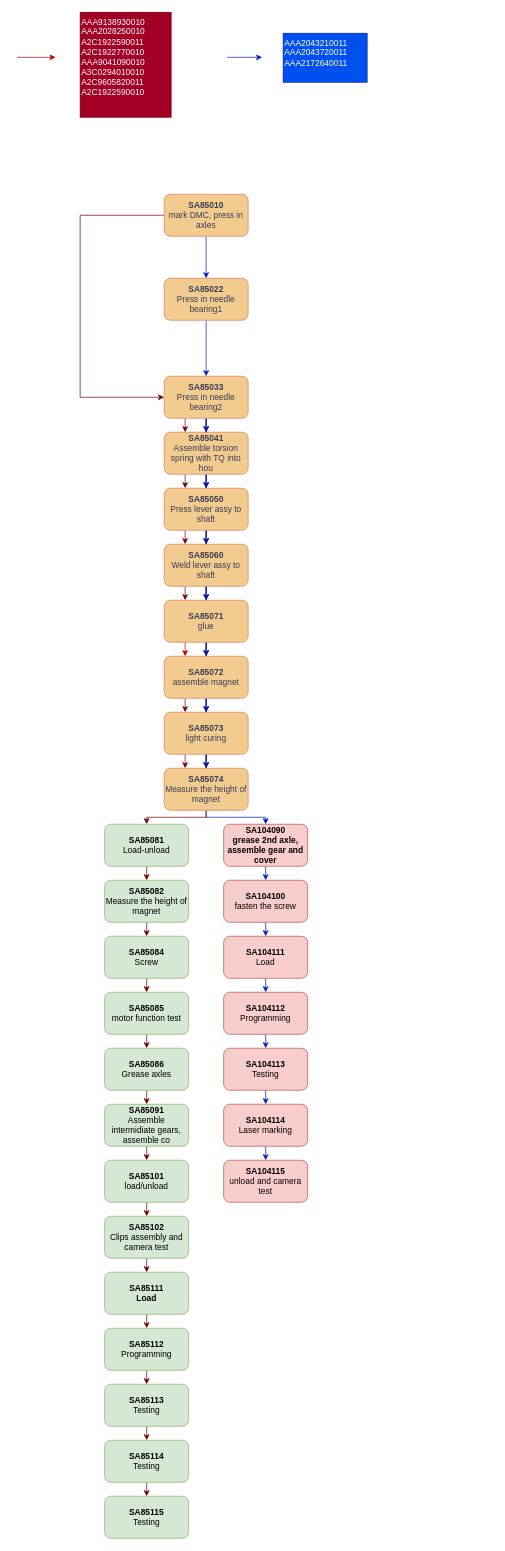
The draw.io diagram images/未命名绘图.drawio in gf199406/hello-world, before the edit. Source tidied: cells renumbered, new cells numbered last; positions are measured from the earlier drawing's top-left corner, leaving out a move shared by most shapes. Both pictures are drawn from the tidied source at 70%, with x=0, y=0 at pixel (17, 12).
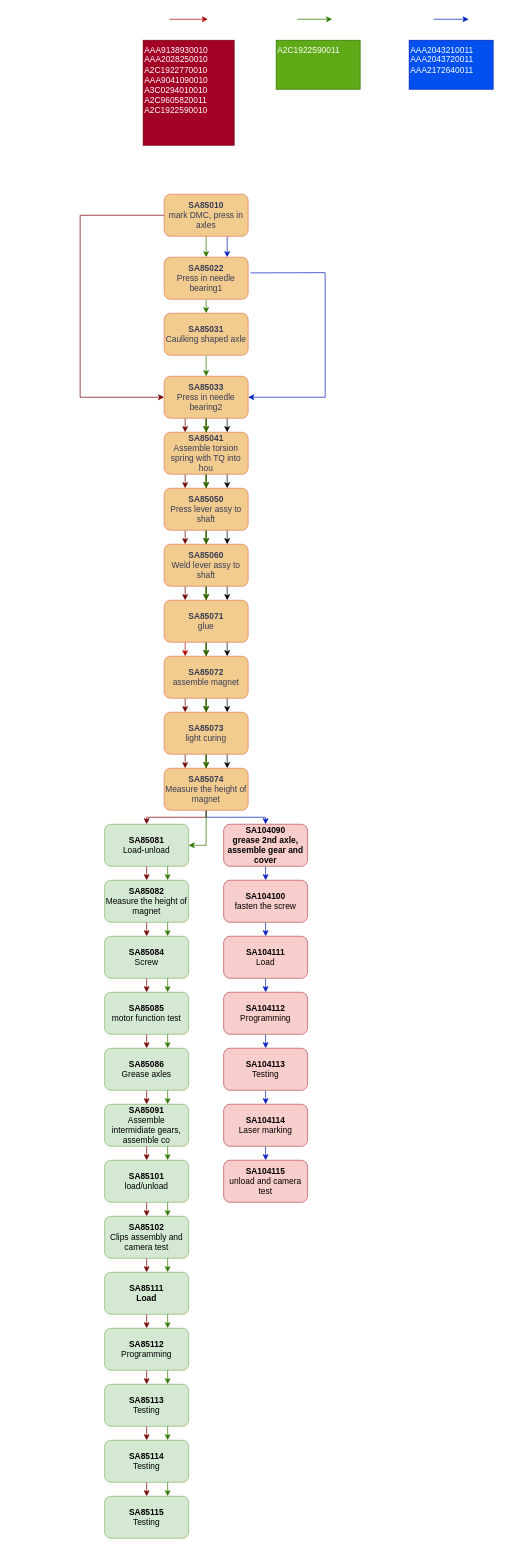
The same page after the edit.

Commit message (it also covers changes not shown here):
更新未命名绘图.drawio

The change refers to these unchanged cells:
```xml
<mxCell id="4" value="&lt;font style=&quot;font-size: 12px;&quot;&gt;&lt;b style=&quot;&quot;&gt;SA85010&lt;/b&gt;&lt;br&gt;&lt;font style=&quot;font-size: 12px;&quot;&gt;mark DMC, press in axles&lt;/font&gt;&lt;/font&gt;" style="rounded=1;whiteSpace=wrap;html=1;fillColor=#F2CC8F;strokeColor=#E07A5F;labelBackgroundColor=none;fontColor=#393C56;" parent="1" vertex="1">
  <mxGeometry x="210" y="260" width="120" height="60" as="geometry" />
</mxCell>
<mxCell id="10" value="&lt;font style=&quot;&quot;&gt;&lt;b style=&quot;font-size: 12px;&quot;&gt;SA85041&lt;/b&gt;&lt;br&gt;Assemble torsion spring with TQ into hou&lt;br&gt;&lt;/font&gt;" style="rounded=1;whiteSpace=wrap;html=1;fillColor=#F2CC8F;strokeColor=#E07A5F;labelBackgroundColor=none;fontColor=#393C56;" parent="1" vertex="1">
  <mxGeometry x="210" y="600" width="120" height="60" as="geometry" />
</mxCell>
<mxCell id="14" value="&lt;font style=&quot;font-size: 12px;&quot;&gt;&lt;b style=&quot;&quot;&gt;SA85033&lt;/b&gt;&lt;br&gt;&lt;font style=&quot;font-size: 12px;&quot;&gt;Press in needle bearing2&lt;/font&gt;&lt;/font&gt;" style="rounded=1;whiteSpace=wrap;html=1;fillColor=#F2CC8F;strokeColor=#E07A5F;labelBackgroundColor=none;fontColor=#393C56;" parent="1" vertex="1">
  <mxGeometry x="210" y="520" width="120" height="60" as="geometry" />
</mxCell>
<mxCell id="18" value="&lt;font style=&quot;&quot;&gt;&lt;b style=&quot;font-size: 12px;&quot;&gt;SA85050&lt;/b&gt;&lt;b&gt;&lt;br&gt;&lt;/b&gt;Press lever assy to shaft&lt;br&gt;&lt;/font&gt;" style="rounded=1;whiteSpace=wrap;html=1;fillColor=#F2CC8F;strokeColor=#E07A5F;labelBackgroundColor=none;fontColor=#393C56;" parent="1" vertex="1">
  <mxGeometry x="210" y="680" width="120" height="60" as="geometry" />
</mxCell>
<mxCell id="22" value="&lt;font style=&quot;&quot;&gt;&lt;b style=&quot;font-size: 12px;&quot;&gt;SA85060&lt;/b&gt;&lt;br&gt;Weld lever assy to shaft&lt;br&gt;&lt;/font&gt;" style="rounded=1;whiteSpace=wrap;html=1;fillColor=#F2CC8F;strokeColor=#E07A5F;labelBackgroundColor=none;fontColor=#393C56;" parent="1" vertex="1">
  <mxGeometry x="210" y="760" width="120" height="60" as="geometry" />
</mxCell>
<mxCell id="26" value="&lt;font style=&quot;&quot;&gt;&lt;b&gt;SA85071&lt;/b&gt;&lt;br&gt;glue&lt;br&gt;&lt;/font&gt;" style="rounded=1;whiteSpace=wrap;html=1;fillColor=#F2CC8F;strokeColor=#E07A5F;labelBackgroundColor=none;fontColor=#393C56;" parent="1" vertex="1">
  <mxGeometry x="210" y="840" width="120" height="60" as="geometry" />
</mxCell>
<mxCell id="30" value="&lt;font style=&quot;&quot;&gt;&lt;b&gt;SA85072&lt;/b&gt;&lt;br&gt;assemble magnet&lt;br&gt;&lt;/font&gt;" style="rounded=1;whiteSpace=wrap;html=1;fillColor=#F2CC8F;strokeColor=#E07A5F;labelBackgroundColor=none;fontColor=#393C56;" parent="1" vertex="1">
  <mxGeometry x="210" y="920" width="120" height="60" as="geometry" />
</mxCell>
<mxCell id="34" value="&lt;font style=&quot;&quot;&gt;&lt;b&gt;SA85073&lt;/b&gt;&lt;br&gt;light curing&lt;br&gt;&lt;/font&gt;" style="rounded=1;whiteSpace=wrap;html=1;fillColor=#F2CC8F;strokeColor=#E07A5F;labelBackgroundColor=none;fontColor=#393C56;" parent="1" vertex="1">
  <mxGeometry x="210" y="1000" width="120" height="60" as="geometry" />
</mxCell>
<mxCell id="37" value="&lt;font style=&quot;&quot;&gt;&lt;b&gt;SA85074&lt;/b&gt;&lt;br&gt;Measure the height of magnet&lt;br&gt;&lt;/font&gt;" style="rounded=1;whiteSpace=wrap;html=1;fillColor=#F2CC8F;strokeColor=#E07A5F;labelBackgroundColor=none;fontColor=#393C56;" parent="1" vertex="1">
  <mxGeometry x="210" y="1080" width="120" height="60" as="geometry" />
</mxCell>
<mxCell id="39" value="&lt;font style=&quot;&quot;&gt;&lt;b&gt;SA85082&lt;/b&gt;&lt;br&gt;Measure the height of magnet&lt;br&gt;&lt;/font&gt;" style="rounded=1;whiteSpace=wrap;html=1;fillColor=#d5e8d4;strokeColor=#82b366;labelBackgroundColor=none;flipV=0;flipH=0;" parent="1" vertex="1">
  <mxGeometry x="125" y="1240" width="120" height="60" as="geometry" />
</mxCell>
<mxCell id="41" value="&lt;font style=&quot;&quot;&gt;&lt;b&gt;SA85085&lt;/b&gt;&lt;br&gt;motor function test&lt;br&gt;&lt;/font&gt;" style="rounded=1;whiteSpace=wrap;html=1;fillColor=#d5e8d4;strokeColor=#82b366;labelBackgroundColor=none;flipV=0;flipH=0;" parent="1" vertex="1">
  <mxGeometry x="125" y="1400" width="120" height="60" as="geometry" />
</mxCell>
<mxCell id="43" value="&lt;font style=&quot;&quot;&gt;&lt;b&gt;SA85081&lt;br&gt;&lt;/b&gt;Load-unload&lt;br&gt;&lt;/font&gt;" style="rounded=1;whiteSpace=wrap;html=1;fillColor=#d5e8d4;strokeColor=#82b366;labelBackgroundColor=none;flipV=0;flipH=0;" parent="1" vertex="1">
  <mxGeometry x="125" y="1160" width="120" height="60" as="geometry" />
</mxCell>
<mxCell id="45" value="&lt;font style=&quot;&quot;&gt;&lt;b&gt;SA85084&lt;/b&gt;&lt;br&gt;Screw&lt;br&gt;&lt;/font&gt;" style="rounded=1;whiteSpace=wrap;html=1;fillColor=#d5e8d4;strokeColor=#82b366;labelBackgroundColor=none;flipV=0;flipH=0;" parent="1" vertex="1">
  <mxGeometry x="125" y="1320" width="120" height="60" as="geometry" />
</mxCell>
<mxCell id="47" value="&lt;font style=&quot;&quot;&gt;&lt;b&gt;SA85086&lt;/b&gt;&lt;br&gt;Grease axles&lt;br&gt;&lt;/font&gt;" style="rounded=1;whiteSpace=wrap;html=1;fillColor=#d5e8d4;strokeColor=#82b366;labelBackgroundColor=none;flipV=0;flipH=0;" parent="1" vertex="1">
  <mxGeometry x="125" y="1480" width="120" height="60" as="geometry" />
</mxCell>
<mxCell id="49" value="&lt;font style=&quot;&quot;&gt;&lt;b&gt;SA85091&lt;/b&gt;&lt;br&gt;Assemble intermidiate gears, assemble co&lt;br&gt;&lt;/font&gt;" style="rounded=1;whiteSpace=wrap;html=1;fillColor=#d5e8d4;strokeColor=#82b366;labelBackgroundColor=none;flipV=0;flipH=0;" parent="1" vertex="1">
  <mxGeometry x="125" y="1560" width="120" height="60" as="geometry" />
</mxCell>
<mxCell id="51" value="&lt;font style=&quot;&quot;&gt;&lt;b&gt;SA85101&lt;/b&gt;&lt;br&gt;load/unload&lt;br&gt;&lt;/font&gt;" style="rounded=1;whiteSpace=wrap;html=1;fillColor=#d5e8d4;strokeColor=#82b366;labelBackgroundColor=none;flipV=0;flipH=0;" parent="1" vertex="1">
  <mxGeometry x="125" y="1640" width="120" height="60" as="geometry" />
</mxCell>
<mxCell id="53" value="&lt;font style=&quot;&quot;&gt;&lt;b&gt;SA85102&lt;/b&gt;&lt;br&gt;Clips assembly and camera test&lt;br&gt;&lt;/font&gt;" style="rounded=1;whiteSpace=wrap;html=1;fillColor=#d5e8d4;strokeColor=#82b366;labelBackgroundColor=none;flipV=0;flipH=0;" parent="1" vertex="1">
  <mxGeometry x="125" y="1720" width="120" height="60" as="geometry" />
</mxCell>
<mxCell id="55" value="&lt;font style=&quot;&quot;&gt;&lt;b&gt;SA85111&lt;br&gt;Load&lt;/b&gt;&lt;br&gt;&lt;/font&gt;" style="rounded=1;whiteSpace=wrap;html=1;fillColor=#d5e8d4;strokeColor=#82b366;labelBackgroundColor=none;flipV=0;flipH=0;" parent="1" vertex="1">
  <mxGeometry x="125" y="1800" width="120" height="60" as="geometry" />
</mxCell>
<mxCell id="57" value="&lt;font style=&quot;&quot;&gt;&lt;b&gt;SA85112&lt;/b&gt;&lt;br&gt;Programming&lt;br&gt;&lt;/font&gt;" style="rounded=1;whiteSpace=wrap;html=1;fillColor=#d5e8d4;strokeColor=#82b366;labelBackgroundColor=none;flipV=0;flipH=0;" parent="1" vertex="1">
  <mxGeometry x="125" y="1880" width="120" height="60" as="geometry" />
</mxCell>
<mxCell id="59" value="&lt;font style=&quot;&quot;&gt;&lt;b&gt;SA85113&lt;/b&gt;&lt;br&gt;Testing&lt;br&gt;&lt;/font&gt;" style="rounded=1;whiteSpace=wrap;html=1;fillColor=#d5e8d4;strokeColor=#82b366;labelBackgroundColor=none;flipV=0;flipH=0;" parent="1" vertex="1">
  <mxGeometry x="125" y="1960" width="120" height="60" as="geometry" />
</mxCell>
<mxCell id="61" value="&lt;font style=&quot;&quot;&gt;&lt;b&gt;SA85114&lt;/b&gt;&lt;br&gt;Testing&lt;br&gt;&lt;/font&gt;" style="rounded=1;whiteSpace=wrap;html=1;fillColor=#d5e8d4;strokeColor=#82b366;labelBackgroundColor=none;flipV=0;flipH=0;" parent="1" vertex="1">
  <mxGeometry x="125" y="2040" width="120" height="60" as="geometry" />
</mxCell>
<mxCell id="62" value="&lt;font style=&quot;&quot;&gt;&lt;b&gt;SA85115&lt;/b&gt;&lt;br&gt;Testing&lt;br&gt;&lt;/font&gt;" style="rounded=1;whiteSpace=wrap;html=1;fillColor=#d5e8d4;strokeColor=#82b366;labelBackgroundColor=none;flipV=0;flipH=0;" parent="1" vertex="1">
  <mxGeometry x="125" y="2120" width="120" height="60" as="geometry" />
</mxCell>
```

Diff of the diagram source:
```diff
@@
-    <mxCell id="2" style="edgeStyle=none;rounded=0;jettySize=auto;html=1;fillColor=#0050ef;strokeColor=#001DBC;" parent="1" edge="1" source="4" target="6">
+    <mxCell id="2" style="edgeStyle=none;rounded=0;jettySize=auto;html=1;fillColor=#60a917;strokeColor=#2D7600;" parent="1" edge="1" source="4" target="6">
       <mxGeometry relative="1" as="geometry" />
     </mxCell>
@@
+    <mxCell id="80" style="edgeStyle=none;rounded=0;jettySize=auto;html=1;exitX=0.75;exitY=1;exitDx=0;exitDy=0;entryX=0.75;entryY=0;entryDx=0;entryDy=0;fillColor=#0050ef;strokeColor=#001DBC;" parent="1" edge="1" source="4" target="6">
+      <mxGeometry relative="1" as="geometry" />
+    </mxCell>
@@
-    <mxCell id="5" style="edgeStyle=none;rounded=0;jettySize=auto;html=1;fillColor=#0050ef;strokeColor=#001DBC;" parent="1" edge="1" source="6" target="14">
-      <mxGeometry relative="1" as="geometry" />
+    <mxCell id="5" style="edgeStyle=none;rounded=0;jettySize=auto;html=1;fillColor=#0050ef;strokeColor=#001DBC;entryX=1;entryY=0.5;entryDx=0;entryDy=0;exitX=1.026;exitY=0.373;exitDx=0;exitDy=0;exitPerimeter=0;" parent="1" edge="1" source="6" target="14">
+      <mxGeometry relative="1" as="geometry">
+        <Array as="points">
+          <mxPoint x="440" y="372" />
+          <mxPoint x="440" y="550" />
+        </Array>
+      </mxGeometry>
     </mxCell>
+    <mxCell id="81" style="edgeStyle=none;rounded=0;jettySize=auto;html=1;fillColor=#60a917;strokeColor=#2D7600;" parent="1" edge="1" source="6" target="103">
+      <mxGeometry relative="1" as="geometry" />
+    </mxCell>
     <mxCell id="6" value="&lt;font style=&quot;&quot;&gt;&lt;b style=&quot;font-size: 12px;&quot;&gt;SA85022&lt;/b&gt;&lt;br&gt;&lt;/font&gt;Press in needle bearing1" style="rounded=1;whiteSpace=wrap;html=1;fillColor=#F2CC8F;strokeColor=#E07A5F;labelBackgroundColor=none;fontColor=#393C56;" parent="1" vertex="1">
-      <mxGeometry x="210" y="380" width="120" height="60" as="geometry" />
+      <mxGeometry x="210" y="350" width="120" height="60" as="geometry" />
     </mxCell>
@@
-    <mxCell id="8" style="edgeStyle=orthogonalEdgeStyle;rounded=0;jettySize=auto;html=1;exitDx=0;exitDy=0;entryDx=0;entryDy=0;fillColor=#0050ef;strokeColor=#001DBC;" parent="1" edge="1" source="10" target="18">
+    <mxCell id="8" style="edgeStyle=orthogonalEdgeStyle;rounded=0;jettySize=auto;html=1;exitDx=0;exitDy=0;entryDx=0;entryDy=0;fillColor=#60a917;strokeColor=#2D7600;" parent="1" edge="1" source="10" target="18">
       <mxGeometry relative="1" as="geometry" />
     </mxCell>
@@
+    <mxCell id="82" style="edgeStyle=none;rounded=0;jettySize=auto;html=1;exitX=0.75;exitY=1;exitDx=0;exitDy=0;entryX=0.75;entryY=0;entryDx=0;entryDy=0;" parent="1" edge="1" source="10" target="18">
+      <mxGeometry relative="1" as="geometry" />
+    </mxCell>
@@
-    <mxCell id="12" style="edgeStyle=orthogonalEdgeStyle;rounded=0;jettySize=auto;html=1;exitDx=0;exitDy=0;entryDx=0;entryDy=0;fillColor=#0050ef;strokeColor=#001DBC;" parent="1" edge="1" source="14" target="10">
+    <mxCell id="12" style="edgeStyle=orthogonalEdgeStyle;rounded=0;jettySize=auto;html=1;exitDx=0;exitDy=0;entryDx=0;entryDy=0;fillColor=#60a917;strokeColor=#2D7600;" parent="1" edge="1" source="14" target="10">
       <mxGeometry relative="1" as="geometry" />
     </mxCell>
@@
+    <mxCell id="83" style="edgeStyle=none;rounded=0;jettySize=auto;html=1;exitX=0.75;exitY=1;exitDx=0;exitDy=0;entryX=0.75;entryY=0;entryDx=0;entryDy=0;" parent="1" edge="1" source="14" target="10">
+      <mxGeometry relative="1" as="geometry" />
+    </mxCell>
@@
-    <mxCell id="16" style="edgeStyle=orthogonalEdgeStyle;rounded=0;jettySize=auto;html=1;exitDx=0;exitDy=0;entryDx=0;entryDy=0;fillColor=#0050ef;strokeColor=#001DBC;" parent="1" edge="1" source="18" target="22">
+    <mxCell id="16" style="edgeStyle=orthogonalEdgeStyle;rounded=0;jettySize=auto;html=1;exitDx=0;exitDy=0;entryDx=0;entryDy=0;fillColor=#60a917;strokeColor=#2D7600;" parent="1" edge="1" source="18" target="22">
       <mxGeometry relative="1" as="geometry" />
     </mxCell>
@@
+    <mxCell id="84" style="edgeStyle=none;rounded=0;jettySize=auto;html=1;exitX=0.75;exitY=1;exitDx=0;exitDy=0;entryX=0.75;entryY=0;entryDx=0;entryDy=0;" parent="1" edge="1" source="18" target="22">
+      <mxGeometry relative="1" as="geometry" />
+    </mxCell>
@@
-    <mxCell id="20" style="edgeStyle=orthogonalEdgeStyle;rounded=0;jettySize=auto;html=1;exitDx=0;exitDy=0;entryDx=0;entryDy=0;fillColor=#0050ef;strokeColor=#001DBC;" parent="1" edge="1" source="22" target="26">
+    <mxCell id="20" style="edgeStyle=orthogonalEdgeStyle;rounded=0;jettySize=auto;html=1;exitDx=0;exitDy=0;entryDx=0;entryDy=0;fillColor=#60a917;strokeColor=#2D7600;" parent="1" edge="1" source="22" target="26">
       <mxGeometry relative="1" as="geometry" />
     </mxCell>
@@
+    <mxCell id="85" style="edgeStyle=none;rounded=0;jettySize=auto;html=1;exitX=0.75;exitY=1;exitDx=0;exitDy=0;entryX=0.75;entryY=0;entryDx=0;entryDy=0;" parent="1" edge="1" source="22" target="26">
+      <mxGeometry relative="1" as="geometry" />
+    </mxCell>
@@
-    <mxCell id="24" style="edgeStyle=orthogonalEdgeStyle;rounded=0;jettySize=auto;html=1;exitDx=0;exitDy=0;entryDx=0;entryDy=0;fillColor=#0050ef;strokeColor=#001DBC;" parent="1" edge="1" source="26" target="30">
+    <mxCell id="24" style="edgeStyle=orthogonalEdgeStyle;rounded=0;jettySize=auto;html=1;exitDx=0;exitDy=0;entryDx=0;entryDy=0;fillColor=#60a917;strokeColor=#2D7600;" parent="1" edge="1" source="26" target="30">
       <mxGeometry relative="1" as="geometry" />
     </mxCell>
@@
+    <mxCell id="86" style="edgeStyle=none;rounded=0;jettySize=auto;html=1;exitX=0.75;exitY=1;exitDx=0;exitDy=0;entryX=0.75;entryY=0;entryDx=0;entryDy=0;" parent="1" edge="1" source="26" target="30">
+      <mxGeometry relative="1" as="geometry" />
+    </mxCell>
@@
-    <mxCell id="28" style="edgeStyle=orthogonalEdgeStyle;rounded=0;jettySize=auto;html=1;exitDx=0;exitDy=0;entryDx=0;entryDy=0;fillColor=#0050ef;strokeColor=#001DBC;" parent="1" edge="1" source="30" target="34">
+    <mxCell id="28" style="edgeStyle=orthogonalEdgeStyle;rounded=0;jettySize=auto;html=1;exitDx=0;exitDy=0;entryDx=0;entryDy=0;fillColor=#60a917;strokeColor=#2D7600;" parent="1" edge="1" source="30" target="34">
       <mxGeometry relative="1" as="geometry" />
     </mxCell>
@@
+    <mxCell id="87" style="edgeStyle=none;rounded=0;jettySize=auto;html=1;exitX=0.75;exitY=1;exitDx=0;exitDy=0;entryX=0.75;entryY=0;entryDx=0;entryDy=0;" parent="1" edge="1" source="30" target="34">
+      <mxGeometry relative="1" as="geometry" />
+    </mxCell>
@@
-    <mxCell id="32" style="edgeStyle=orthogonalEdgeStyle;rounded=0;jettySize=auto;html=1;exitDx=0;exitDy=0;entryDx=0;entryDy=0;fillColor=#0050ef;strokeColor=#001DBC;" parent="1" edge="1" source="34" target="37">
+    <mxCell id="32" style="edgeStyle=orthogonalEdgeStyle;rounded=0;jettySize=auto;html=1;exitDx=0;exitDy=0;entryDx=0;entryDy=0;fillColor=#60a917;strokeColor=#2D7600;" parent="1" edge="1" source="34" target="37">
       <mxGeometry relative="1" as="geometry" />
     </mxCell>
@@
+    <mxCell id="88" style="edgeStyle=none;rounded=0;jettySize=auto;html=1;exitX=0.75;exitY=1;exitDx=0;exitDy=0;entryX=0.75;entryY=0;entryDx=0;entryDy=0;" parent="1" edge="1" source="34" target="37">
+      <mxGeometry relative="1" as="geometry" />
+    </mxCell>
@@
+    <mxCell id="89" style="edgeStyle=none;rounded=0;jettySize=auto;html=1;entryX=1;entryY=0.5;entryDx=0;entryDy=0;fillColor=#60a917;strokeColor=#2D7600;" parent="1" edge="1" source="37" target="43">
+      <mxGeometry relative="1" as="geometry">
+        <Array as="points">
+          <mxPoint x="270" y="1190" />
+        </Array>
+      </mxGeometry>
+    </mxCell>
@@
+    <mxCell id="90" style="edgeStyle=none;rounded=0;jettySize=auto;html=1;exitX=0.75;exitY=1;exitDx=0;exitDy=0;entryX=0.75;entryY=0;entryDx=0;entryDy=0;fillColor=#60a917;strokeColor=#2D7600;" parent="1" edge="1" source="39" target="45">
+      <mxGeometry relative="1" as="geometry" />
+    </mxCell>
@@
+    <mxCell id="91" style="edgeStyle=none;rounded=0;jettySize=auto;html=1;exitX=0.75;exitY=1;exitDx=0;exitDy=0;entryX=0.75;entryY=0;entryDx=0;entryDy=0;fillColor=#60a917;strokeColor=#2D7600;" parent="1" edge="1" source="41" target="47">
+      <mxGeometry relative="1" as="geometry" />
+    </mxCell>
@@
+    <mxCell id="92" style="edgeStyle=none;rounded=0;jettySize=auto;html=1;exitX=0.75;exitY=1;exitDx=0;exitDy=0;entryX=0.75;entryY=0;entryDx=0;entryDy=0;fillColor=#60a917;strokeColor=#2D7600;" parent="1" edge="1" source="43" target="39">
+      <mxGeometry relative="1" as="geometry" />
+    </mxCell>
@@
+    <mxCell id="93" style="edgeStyle=none;rounded=0;jettySize=auto;html=1;exitX=0.75;exitY=1;exitDx=0;exitDy=0;entryX=0.75;entryY=0;entryDx=0;entryDy=0;fillColor=#60a917;strokeColor=#2D7600;" parent="1" edge="1" source="45" target="41">
+      <mxGeometry relative="1" as="geometry" />
+    </mxCell>
@@
+    <mxCell id="94" style="edgeStyle=none;rounded=0;jettySize=auto;html=1;exitX=0.75;exitY=1;exitDx=0;exitDy=0;entryX=0.75;entryY=0;entryDx=0;entryDy=0;fillColor=#60a917;strokeColor=#2D7600;" parent="1" edge="1" source="47" target="49">
+      <mxGeometry relative="1" as="geometry" />
+    </mxCell>
@@
+    <mxCell id="95" style="edgeStyle=none;rounded=0;jettySize=auto;html=1;exitX=0.75;exitY=1;exitDx=0;exitDy=0;entryX=0.75;entryY=0;entryDx=0;entryDy=0;fillColor=#60a917;strokeColor=#2D7600;" parent="1" edge="1" source="49" target="51">
+      <mxGeometry relative="1" as="geometry" />
+    </mxCell>
@@
+    <mxCell id="96" style="edgeStyle=none;rounded=0;jettySize=auto;html=1;exitX=0.75;exitY=1;exitDx=0;exitDy=0;entryX=0.75;entryY=0;entryDx=0;entryDy=0;fillColor=#60a917;strokeColor=#2D7600;" parent="1" edge="1" source="51" target="53">
+      <mxGeometry relative="1" as="geometry" />
+    </mxCell>
@@
+    <mxCell id="97" style="edgeStyle=none;rounded=0;jettySize=auto;html=1;exitX=0.75;exitY=1;exitDx=0;exitDy=0;entryX=0.75;entryY=0;entryDx=0;entryDy=0;fillColor=#60a917;strokeColor=#2D7600;" parent="1" edge="1" source="53" target="55">
+      <mxGeometry relative="1" as="geometry" />
+    </mxCell>
@@
+    <mxCell id="98" style="edgeStyle=none;rounded=0;jettySize=auto;html=1;exitX=0.75;exitY=1;exitDx=0;exitDy=0;entryX=0.75;entryY=0;entryDx=0;entryDy=0;fillColor=#60a917;strokeColor=#2D7600;" parent="1" edge="1" source="55" target="57">
+      <mxGeometry relative="1" as="geometry" />
+    </mxCell>
@@
+    <mxCell id="99" style="edgeStyle=none;rounded=0;jettySize=auto;html=1;exitX=0.75;exitY=1;exitDx=0;exitDy=0;entryX=0.75;entryY=0;entryDx=0;entryDy=0;fillColor=#60a917;strokeColor=#2D7600;" parent="1" edge="1" source="57" target="59">
+      <mxGeometry relative="1" as="geometry" />
+    </mxCell>
@@
+    <mxCell id="100" style="edgeStyle=none;rounded=0;jettySize=auto;html=1;exitX=0.75;exitY=1;exitDx=0;exitDy=0;entryX=0.75;entryY=0;entryDx=0;entryDy=0;fillColor=#60a917;strokeColor=#2D7600;" parent="1" edge="1" source="59" target="61">
+      <mxGeometry relative="1" as="geometry" />
+    </mxCell>
@@
+    <mxCell id="101" style="edgeStyle=none;rounded=0;jettySize=auto;html=1;exitX=0.75;exitY=1;exitDx=0;exitDy=0;entryX=0.75;entryY=0;entryDx=0;entryDy=0;fillColor=#60a917;strokeColor=#2D7600;" parent="1" edge="1" source="61" target="62">
+      <mxGeometry relative="1" as="geometry" />
+    </mxCell>
@@
     <mxCell id="76" style="endArrow=classic;html=1;rounded=0;fillColor=#e51400;strokeColor=#B20000;" parent="1" edge="1">
       <mxGeometry relative="1" as="geometry">
-        <mxPoint y="64.4" as="sourcePoint" />
-        <mxPoint x="55" y="64.4" as="targetPoint" />
+        <mxPoint x="217.5" y="10" as="sourcePoint" />
+        <mxPoint x="272.5" y="10" as="targetPoint" />
       </mxGeometry>
     </mxCell>
     <mxCell id="77" style="endArrow=classic;html=1;rounded=0;fillColor=#0050ef;strokeColor=#001DBC;" parent="1" edge="1">
       <mxGeometry relative="1" as="geometry">
-        <mxPoint x="300" y="64.4" as="sourcePoint" />
-        <mxPoint x="350" y="64.4" as="targetPoint" />
+        <mxPoint x="595" y="10" as="sourcePoint" />
+        <mxPoint x="645" y="10" as="targetPoint" />
       </mxGeometry>
     </mxCell>
-    <mxCell id="78" value="AAA9138930010&#10;AAA2028250010&#10;A2C1922590011&#10;A2C1922770010&#10;AAA9041090010&#10;A3C0294010010&#10;A2C9605820011&#10;A2C1922590010" style="text;whiteSpace=wrap;fillColor=#a20025;fontColor=#ffffff;strokeColor=#6F0000;" parent="1" vertex="1">
-      <mxGeometry x="90" width="130" height="150" as="geometry" />
+    <mxCell id="78" value="AAA9138930010&#10;AAA2028250010&#10;A2C1922770010&#10;AAA9041090010&#10;A3C0294010010&#10;A2C9605820011&#10;A2C1922590010" style="text;whiteSpace=wrap;fillColor=#a20025;fontColor=#ffffff;strokeColor=#6F0000;" parent="1" vertex="1">
+      <mxGeometry x="180" y="40" width="130" height="150" as="geometry" />
     </mxCell>
     <mxCell id="79" value="AAA2043210011&#10;AAA2043720011&#10;AAA2172640011" style="text;whiteSpace=wrap;fillColor=#0050ef;fontColor=#ffffff;strokeColor=#001DBC;" parent="1" vertex="1">
-      <mxGeometry x="380" y="30" width="120" height="70" as="geometry" />
+      <mxGeometry x="560" y="40" width="120" height="70" as="geometry" />
     </mxCell>
+    <mxCell id="102" style="edgeStyle=none;rounded=0;jettySize=auto;html=1;fillColor=#60a917;strokeColor=#2D7600;" parent="1" edge="1" source="103" target="14">
+      <mxGeometry relative="1" as="geometry" />
+    </mxCell>
+    <mxCell id="103" value="&lt;font style=&quot;&quot;&gt;&lt;b style=&quot;font-size: 12px;&quot;&gt;SA85031&lt;/b&gt;&lt;br&gt;&lt;/font&gt;Caulking shaped axle" style="rounded=1;whiteSpace=wrap;html=1;fillColor=#F2CC8F;strokeColor=#E07A5F;labelBackgroundColor=none;fontColor=#393C56;" parent="1" vertex="1">
+      <mxGeometry x="210" y="430" width="120" height="60" as="geometry" />
+    </mxCell>
+    <mxCell id="104" value="A2C1922590011" style="text;whiteSpace=wrap;fillColor=#60a917;fontColor=#ffffff;strokeColor=#2D7600;" parent="1" vertex="1">
+      <mxGeometry x="370" y="40" width="120" height="70" as="geometry" />
+    </mxCell>
+    <mxCell id="105" style="endArrow=classic;html=1;rounded=0;fillColor=#60a917;strokeColor=#2D7600;" parent="1" edge="1">
+      <mxGeometry relative="1" as="geometry">
+        <mxPoint x="400" y="10" as="sourcePoint" />
+        <mxPoint x="450" y="10" as="targetPoint" />
+      </mxGeometry>
+    </mxCell>
```
